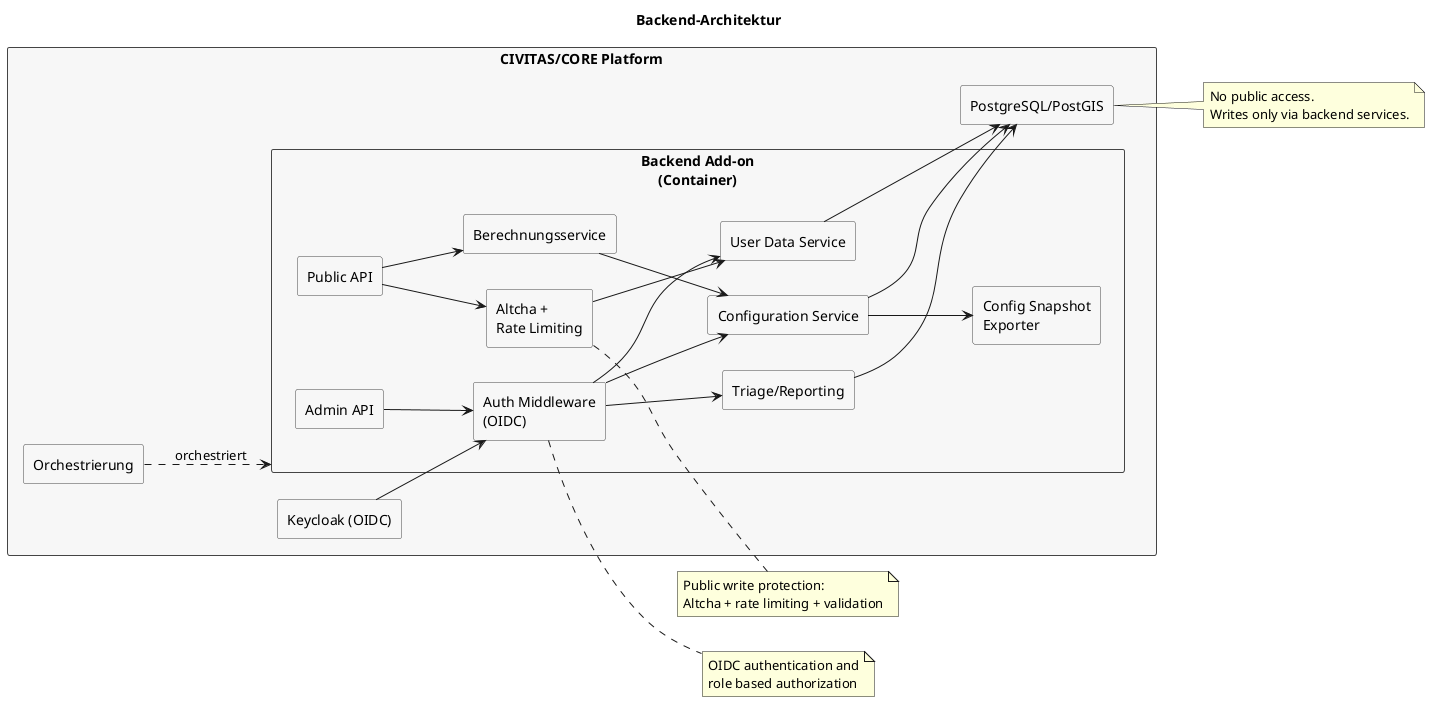
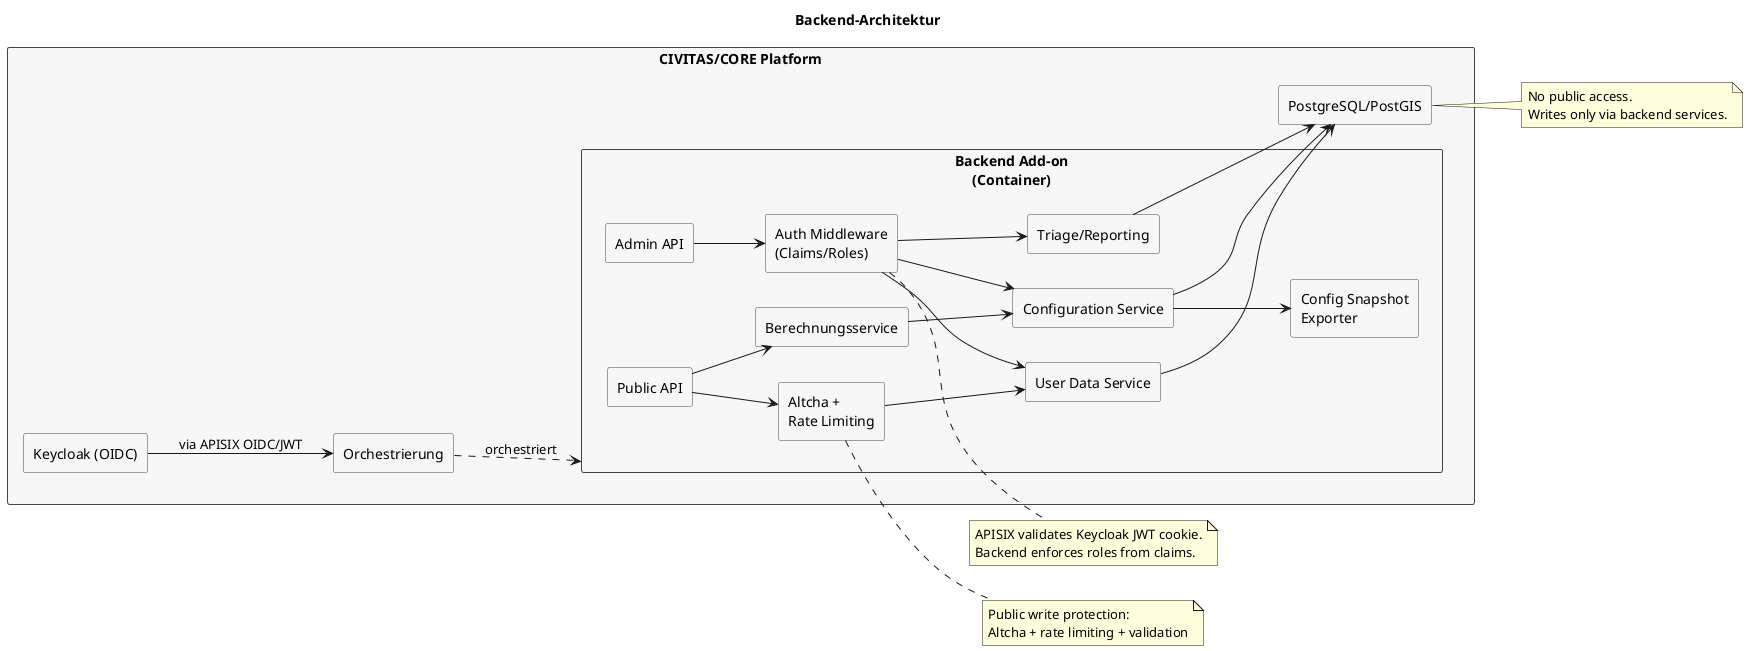
﻿@startuml
left to right direction
skinparam rectangle {
  BackgroundColor #F7F7F7
  BorderColor #444444
}

title Backend-Architektur

rectangle "CIVITAS/CORE Platform" as civitas {
  rectangle "Orchestrierung" as orchestrator

  rectangle "Backend Add-on\n(Container)" as backend {
    rectangle "Public API" as public_api
    rectangle "Admin API" as admin_api
    rectangle "Altcha +\nRate Limiting" as protect
-     rectangle "Auth Middleware\n(OIDC)" as auth
+     rectangle "Auth Middleware\n(Claims/Roles)" as auth
    rectangle "Configuration Service" as config
    rectangle "User Data Service" as user_data
    rectangle "Triage/Reporting" as triage
    rectangle "Berechnungsservice" as calc
    rectangle "Config Snapshot\nExporter" as export
  }

  rectangle "PostgreSQL/PostGIS" as db
  rectangle "Keycloak (OIDC)" as keycloak
}

orchestrator ..> backend : orchestriert

public_api --> protect
protect --> user_data
public_api --> calc
admin_api --> auth
auth --> config
auth --> triage
auth --> user_data
config --> export
config --> db
user_data --> db
triage --> db
calc --> config
- keycloak --> auth
+ keycloak --> orchestrator : via APISIX OIDC/JWT

note right of protect
Public write protection:
Altcha + rate limiting + validation
end note

note right of auth
- OIDC authentication and
- role based authorization
+ APISIX validates Keycloak JWT cookie.
+ Backend enforces roles from claims.
end note

note right of db
No public access.
Writes only via backend services.
end note

@enduml


